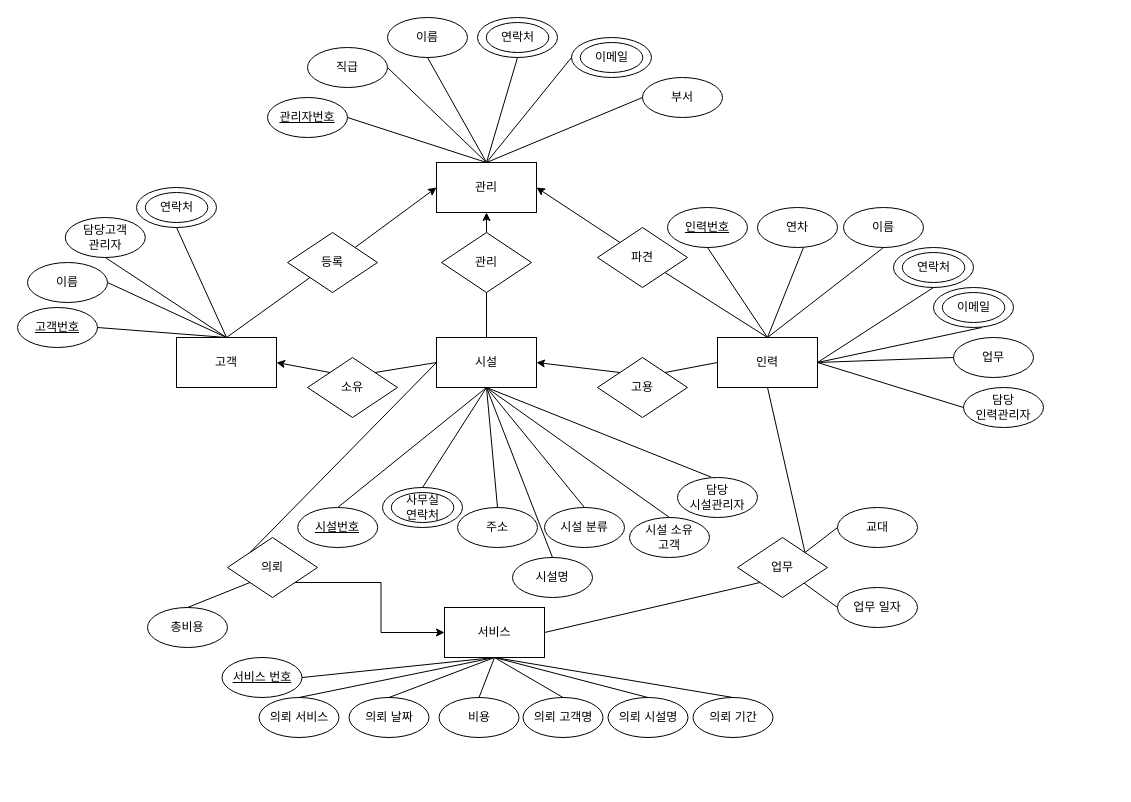
The draw.io diagram Untitled Diagram.drawio in Taein2/ERdiagram, before the edit. Source tidied: cells renumbered, new cells numbered last; positions are measured from the earlier drawing's top-left corner, leaving out a move shared by most shapes. Both pictures are drawn from the tidied source at 100%, with x=0, y=0 at pixel (17, 17).
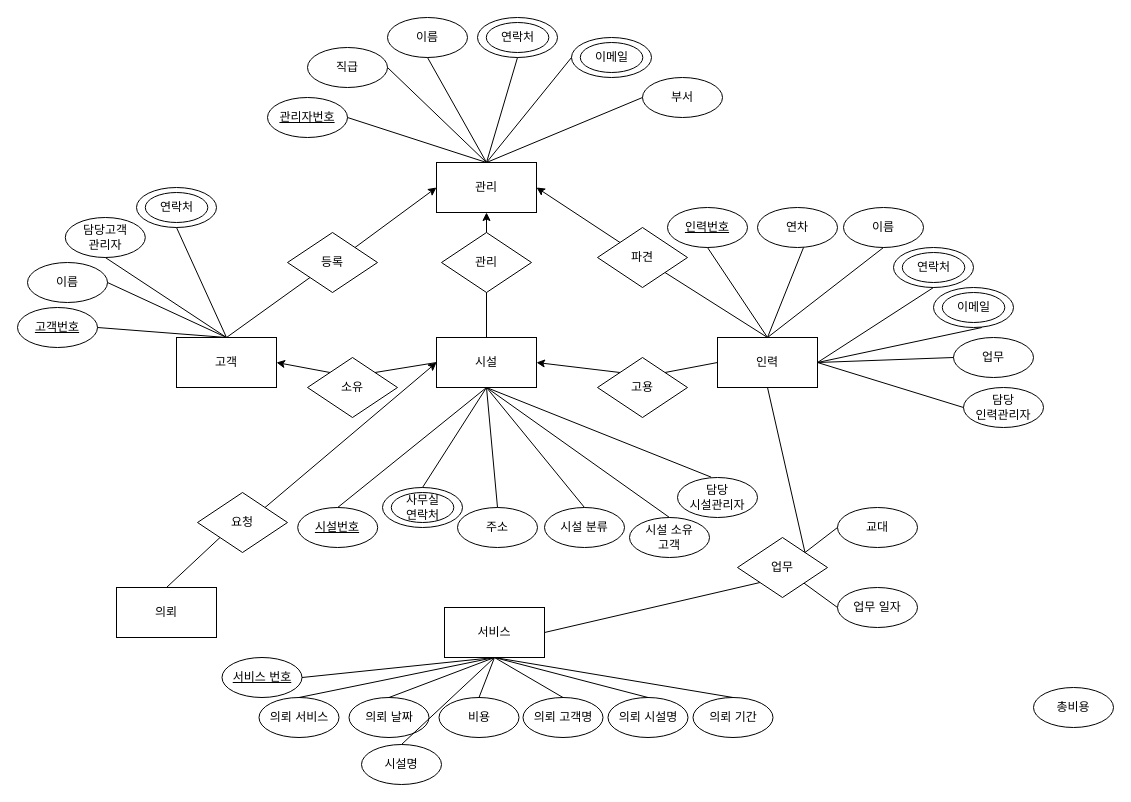
Above is the later version.

The change refers to these unchanged cells:
```xml
<mxCell id="5" value="시설" style="rounded=0;whiteSpace=wrap;html=1;" parent="1" vertex="1">
  <mxGeometry x="419" y="320" width="100" height="50" as="geometry" />
</mxCell>
<mxCell id="52" value="서비스" style="rounded=0;whiteSpace=wrap;html=1;" parent="1" vertex="1">
  <mxGeometry x="427" y="590" width="100" height="50" as="geometry" />
</mxCell>
```

Diff of the diagram source:
```diff
@@
-    <mxCell id="83" style="edgeStyle=orthogonalEdgeStyle;rounded=0;jettySize=auto;html=1;entryX=0;entryY=0.5;entryDx=0;entryDy=0;exitX=1;exitY=1;exitDx=0;exitDy=0;" parent="1" edge="1" source="84" target="52">
-      <mxGeometry relative="1" as="geometry" />
-    </mxCell>
-    <mxCell id="84" value="의뢰" style="rhombus;whiteSpace=wrap;html=1;shadow=0;gradientColor=none;fontFamily=Helvetica;" parent="1" vertex="1">
-      <mxGeometry x="210" y="520" width="90" height="60" as="geometry" />
+    <mxCell id="84" value="요청" style="rhombus;whiteSpace=wrap;html=1;shadow=0;gradientColor=none;fontFamily=Helvetica;" parent="1" vertex="1">
+      <mxGeometry x="180" y="475" width="90" height="60" as="geometry" />
     </mxCell>
-    <mxCell id="85" style="endArrow=none;html=1;entryX=0;entryY=0.5;entryDx=0;entryDy=0;exitX=0;exitY=0;exitDx=0;exitDy=0;" parent="1" edge="1" source="84" target="5">
-      <mxGeometry relative="1" as="geometry" />
-    </mxCell>
@@
     <mxCell id="95" value="시설명" style="ellipse;whiteSpace=wrap;html=1;" parent="1" vertex="1">
-      <mxGeometry x="495" y="540" width="80" height="40" as="geometry" />
+      <mxGeometry x="344" y="727" width="80" height="40" as="geometry" />
     </mxCell>
-    <mxCell id="96" style="endArrow=none;html=1;entryX=0.5;entryY=1;entryDx=0;entryDy=0;exitX=0.5;exitY=0;exitDx=0;exitDy=0;" parent="1" edge="1" source="95" target="5">
+    <mxCell id="96" style="endArrow=none;html=1;entryX=0.5;entryY=1;entryDx=0;entryDy=0;exitX=0.5;exitY=0;exitDx=0;exitDy=0;" parent="1" edge="1" source="95" target="52">
       <mxGeometry relative="1" as="geometry" />
     </mxCell>
-    <mxCell id="97" value="총비용" style="ellipse;whiteSpace=wrap;html=1;" parent="1" vertex="1">
-      <mxGeometry x="130" y="590" width="80" height="40" as="geometry" />
-    </mxCell>
-    <mxCell id="98" style="endArrow=none;html=1;entryX=0;entryY=1;entryDx=0;entryDy=0;exitX=0.5;exitY=0;exitDx=0;exitDy=0;" parent="1" edge="1" source="97" target="84">
-      <mxGeometry relative="1" as="geometry" />
-    </mxCell>
@@
+    <mxCell id="97" value="총비용" style="ellipse;whiteSpace=wrap;html=1;" parent="1" vertex="1">
+      <mxGeometry x="1016" y="670" width="80" height="40" as="geometry" />
+    </mxCell>
+    <mxCell id="102" value="의뢰" style="rounded=0;whiteSpace=wrap;html=1;" parent="1" vertex="1">
+      <mxGeometry x="99" y="570" width="100" height="50" as="geometry" />
+    </mxCell>
+    <mxCell id="103" style="endArrow=none;html=1;entryX=0;entryY=1;entryDx=0;entryDy=0;exitX=0.5;exitY=0;exitDx=0;exitDy=0;" parent="1" edge="1" source="102" target="84">
+      <mxGeometry relative="1" as="geometry" />
+    </mxCell>
+    <mxCell id="85" style="endArrow=classic;html=1;entryX=0;entryY=0.5;entryDx=0;entryDy=0;exitX=1;exitY=0;exitDx=0;exitDy=0;" parent="1" edge="1" source="84" target="5">
+      <mxGeometry relative="1" as="geometry" />
+    </mxCell>
```
